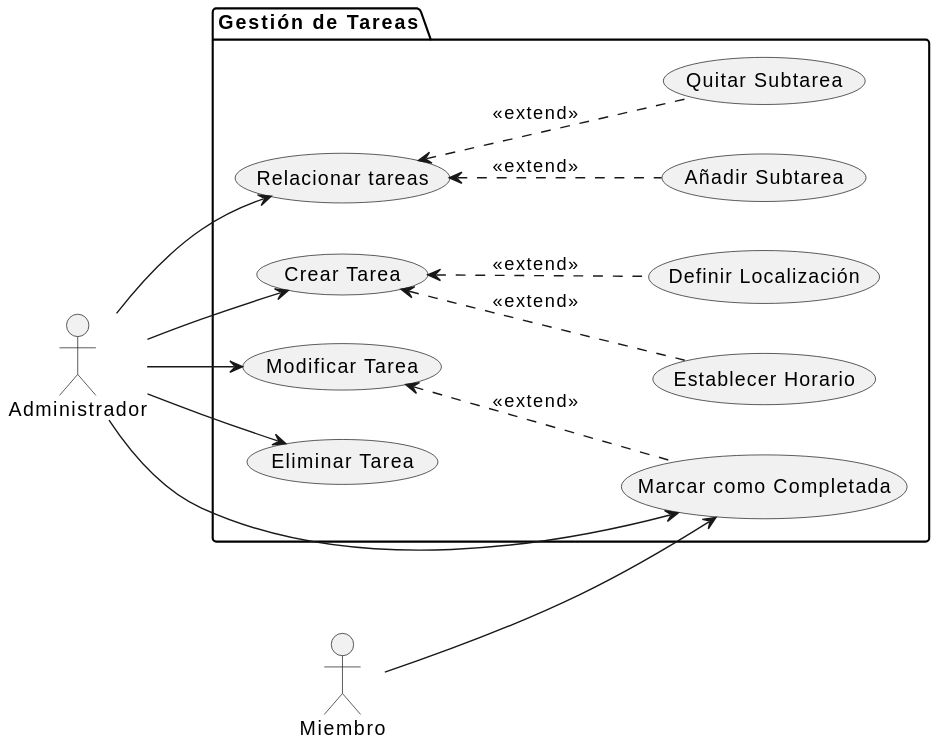
The PlantUML diagram documents/actoresYCasosDeUso/diagramas/diagramaGestionTareas/diagramaGestionTareas.svg in inigovaqueroo04/25-26-IdSw1-SdR, before a commit. Source of this version:
```plantuml
@startuml
left to right direction
actor "Administrador" as Admin
actor "Miembro" as Miem

    package "Gestión de Tareas" {
        usecase "Relacionar tareas" as UC5
        usecase "Crear Tarea" as UC1
        usecase "Modificar Tarea" as UC2
        usecase "Eliminar Tarea" as UC3
        usecase "Marcar como Completada" as UC4
        usecase "Añadir Subtarea" as UC5a
        usecase "Quitar Subtarea" as UC5b
        usecase "Establecer Horario" as UC6
        usecase "Definir Localización" as UC7
    }

    Admin --> UC1
    Admin--> UC2
    Admin--> UC3
    Admin --> UC4
    Miem --> UC4
    Admin--> UC5
    UC5 <.. UC5a : <<extend>>
    UC5 <.. UC5b : <<extend>>
    UC2 <.. UC4 : <<extend>>
    UC1 <.. UC6 : <<extend>>
    UC1 <.. UC7 : <<extend>>
@enduml
```
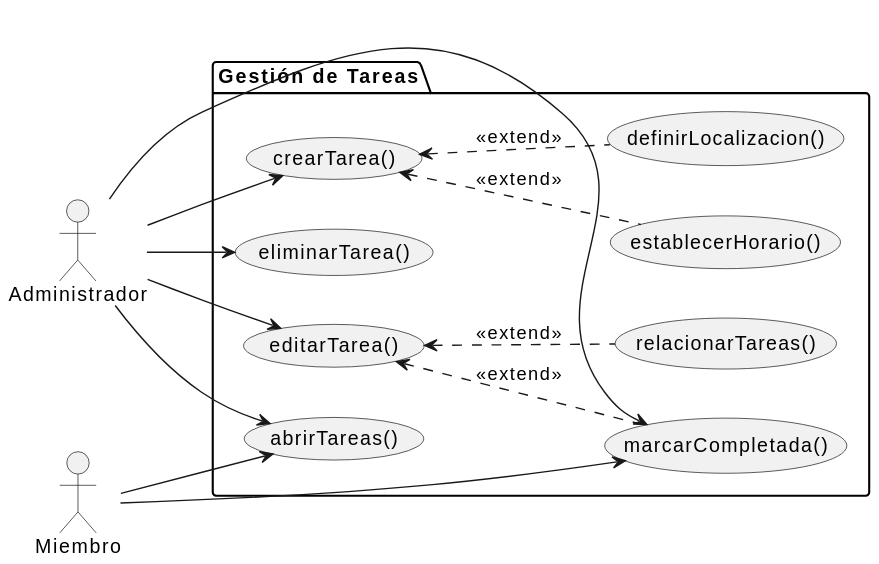
After the change.

Change to the diagram source:
```diff
@@ -4,25 +4,24 @@
 actor "Miembro" as Miem
 
     package "Gestión de Tareas" {
-        usecase "Relacionar tareas" as UC5
-        usecase "Crear Tarea" as UC1
-        usecase "Modificar Tarea" as UC2
-        usecase "Eliminar Tarea" as UC3
-        usecase "Marcar como Completada" as UC4
-        usecase "Añadir Subtarea" as UC5a
-        usecase "Quitar Subtarea" as UC5b
-        usecase "Establecer Horario" as UC6
-        usecase "Definir Localización" as UC7
+        usecase "crearTarea()" as UC1
+        usecase "editarTarea()" as UC2
+        usecase "eliminarTarea()" as UC3
+        usecase "marcarCompletada()" as UC4
+        usecase "relacionarTareas()" as UC5
+        usecase "establecerHorario()" as UC6
+        usecase "definirLocalizacion()" as UC7
+        usecase "abrirTareas()" as UC8
     }
 
     Admin --> UC1
-    Admin--> UC2
-    Admin--> UC3
+    Admin --> UC3
     Admin --> UC4
+    Admin --> UC8
+    Admin -left-> UC2
+    Miem --> UC8
     Miem --> UC4
-    Admin--> UC5
-    UC5 <.. UC5a : <<extend>>
-    UC5 <.. UC5b : <<extend>>
+    UC2 <.. UC5 : <<extend>>
     UC2 <.. UC4 : <<extend>>
     UC1 <.. UC6 : <<extend>>
     UC1 <.. UC7 : <<extend>>
```
